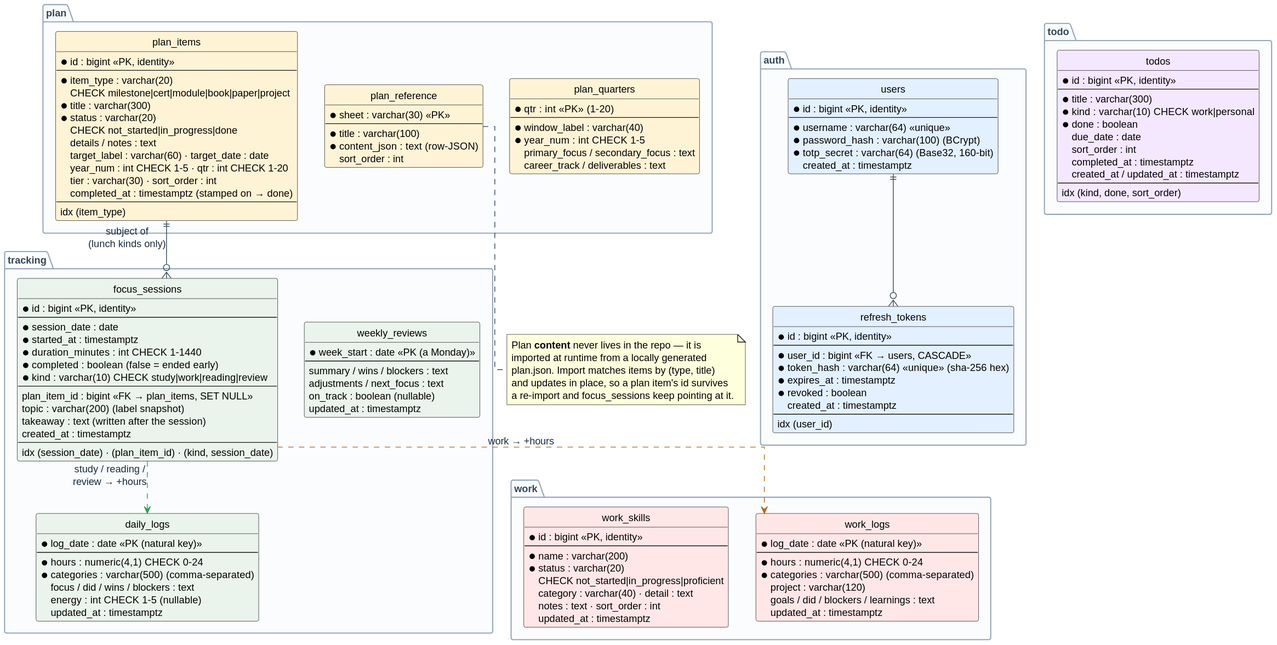
caseythecoder90/grindtrack keeps this PlantUML diagram as gt2/docs/diagrams/data-model.svg. Above is the earlier version.
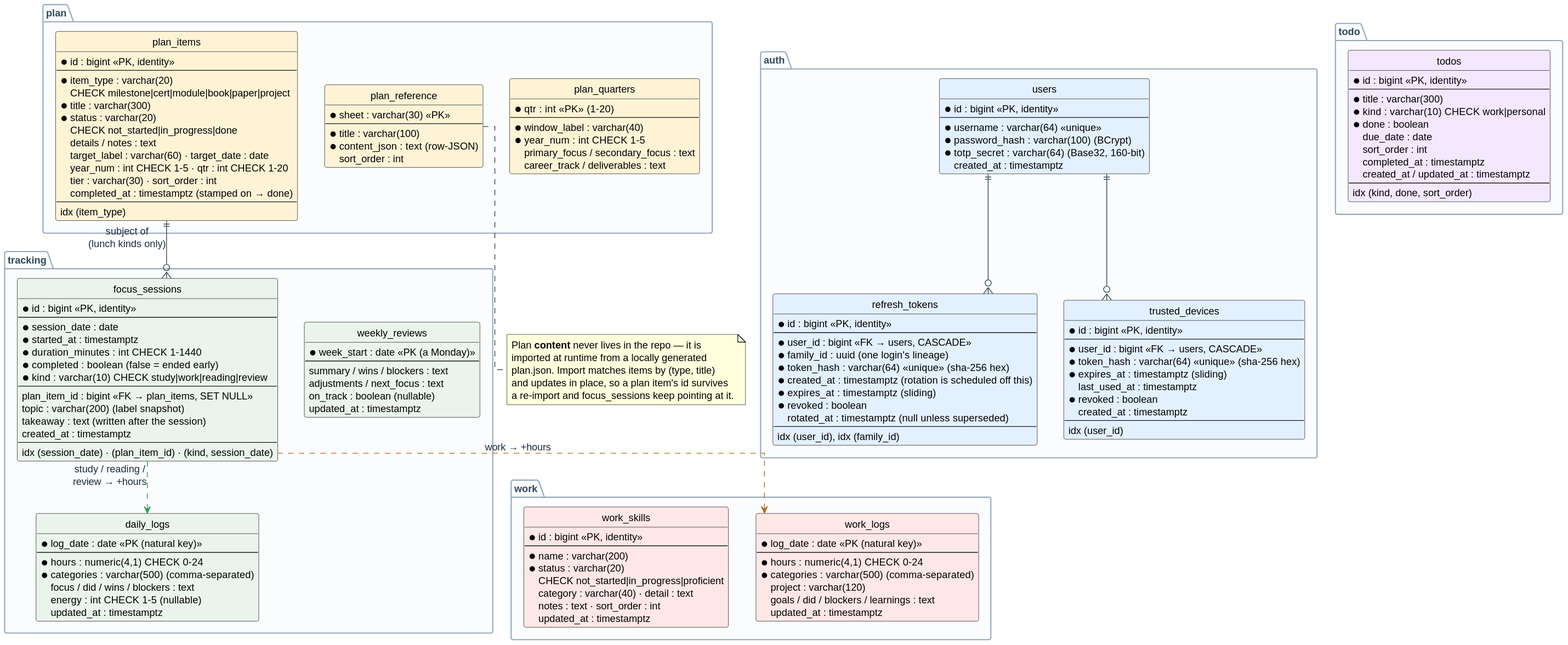
Later version of the same file.

Diff of the diagram source:
```diff
@@ -32,8 +32,22 @@
     * id : bigint <<PK, identity>>
     --
     * user_id : bigint <<FK → users, CASCADE>>
+    * family_id : uuid  (one login's lineage)
     * token_hash : varchar(64) <<unique>>  (sha-256 hex)
-    * expires_at : timestamptz
+    * created_at : timestamptz  (rotation is scheduled off this)
+    * expires_at : timestamptz  (sliding)
+    * revoked : boolean
+    rotated_at : timestamptz  (null unless superseded)
+    --
+    idx (user_id), idx (family_id)
+  }
+  entity "trusted_devices" as trusted_devices #E3F0FF {
+    * id : bigint <<PK, identity>>
+    --
+    * user_id : bigint <<FK → users, CASCADE>>
+    * token_hash : varchar(64) <<unique>>  (sha-256 hex)
+    * expires_at : timestamptz  (sliding)
+    last_used_at : timestamptz
     * revoked : boolean
     created_at : timestamptz
     --
@@ -150,6 +164,7 @@
 }
 
 users ||--o{ refresh_tokens
+users ||--o{ trusted_devices
 plan_items ||--o{ focus_sessions : "subject of\n(lunch kinds only)"
 
 focus_sessions .[#2F9E57,dashed].> daily_logs : "study / reading /\nreview → +hours"
```
